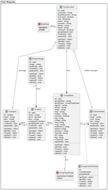
This is class-diagram-v4.svg from billowdev/quick-access-sa, a PlantUML export, as it was before one commit. The source it was exported from:
```plantuml
@startuml

scale 10
skinparam defaultFontName Sarabun
skinparam defaultFontSize 16

package "Class Diagram" {

skinparam linetype polyline

skinparam classAttributeIconSize 0

class UserAccount {
    - id : uuid
    - username : string
    - hashPassword : string
    - activated : boolean
    - role : RoleEum
    - name : string
    - surname : string
    - phone : string
    - email : string
    - removed : boolean
    - groupDataId: uuid
    - createdAt : date
    - updatedAt : date

    + getOne() : object
    + getAll() : array
    + create() : object
    + update() : void
    + delete() : void
}

class GroupData {
    - id : uuid
    - groupName : string
    - groupType : GroupTypeEnum
    - agency : string
    - phone : string
    - email : string
    - logo : string
    - banner : string
    - verified : boolean
    - hno: string
    - village: string
    - lane: string
    - road : string
    - subDistrict: string
    - district: string
    - province : string
    - zipCode: string
    - lat : string
    - lng : string
    - createdAt : date
    - updatedAt : date

    + getOne() : object
    + getAll() : array
    + create() : object
    + update() : void
    + delete() : void
}

enum RoleEum {
    - MEMBER
    - ADMIN
}

enum GroupTypeEnum {
    - MANUFACTURER
    - SHOP
}



class Product {
    - id : uuid
    - name : string
    - price : decimal
    - desc : string
    - categoryId: number
    - groupDataId: uuid
    - createdAt : date
    - updatedAt : date

    + getOne() : object
    + getAll() : array
    + create() : object
    + update() : void
    + delete() : void
}

class ProductImage {
    - id : uuid
    - image : string
    - productId : uuid
    - createdAt : date
    - updatedAt : date

    + getOne() : object
    + getAll() : array
    + create() : object
    + update() : void
    + delete() : void
}

class Category {
    - id : number
    - name : string
    - desc : string
    - image: string
    - createdAt : date
    - updatedAt : date

    + getOne() : object
    + getAll() : array
    + create() : object
    + update() : void
    + delete() : void
}

class ColorScheme {
    - id : uuid
    - name : string
    - ccid : string
    - hex : string
    - createdAt : date
    - updatedAt : date

    + getOne() : object
    + getAll() : array
    + create() : object
    + update() : void
    + delete() : void
}

class GroupColorScheme {
    - id
    - colorShemeId
    - groupDataId
    + getOne() : object
    + getAll() : array
    + create() : object
    + update() : void
    + delete() : void
}

UserAccount "1" -left- "1" RoleEum : "has"

GroupData "1" *-- "1" UserAccount : "has"
GroupData "1" -- "1" GroupTypeEnum : "has"
GroupData "1..*" -right-* "1..*" ColorScheme
(GroupData, ColorScheme) . GroupColorScheme

Product "0..*" -right- "1" GroupData : "have"

UserAccount "1" -- "*" ColorScheme : "admin-manage"
UserAccount "1" --- "*" Category : "manage"

Product "0..*" -left-* "1" Category : "have"
ProductImage "1..*" --* "1" Product : "have"


}
@enduml
```
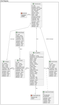
The same file after the commit.

Diff of the diagram source:
```diff
@@ -68,7 +68,7 @@
 }
 
 enum GroupTypeEnum {
-    - MANUFACTURER
+    - PRODUCER
     - SHOP
 }
 
```
